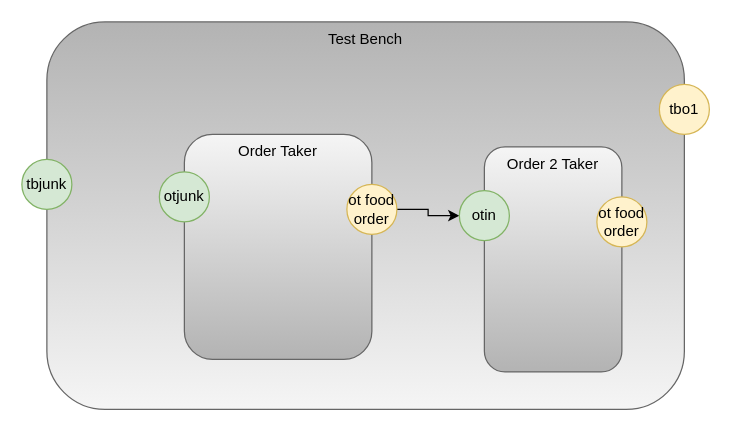
The draw.io diagram case1.drawio in guitarvydas/das2json, before the edit. Source tidied: cells renumbered, new cells numbered last; positions are measured from the earlier drawing's top-left corner, leaving out a move shared by most shapes. Both pictures are drawn from the tidied source at 125%, with x=0, y=0 at pixel (21, 21).
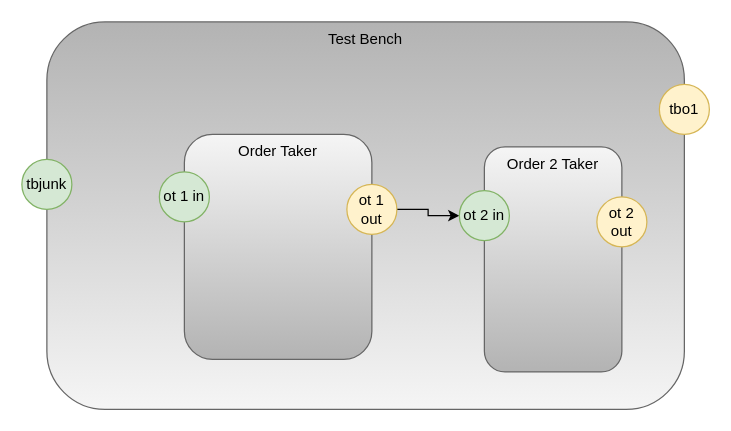
Above is the later version.

Change to the diagram source:
```diff
@@
 <mxGraphModel>
   <root>
     <mxCell id="0" />
     <mxCell id="1" parent="0" />
     <mxCell id="2" value="Test Bench" style="rounded=1;whiteSpace=wrap;html=1;horizontal=1;verticalAlign=top;gradientColor=#b3b3b3;fillColor=#f5f5f5;strokeColor=#666666;gradientDirection=north;" parent="1" vertex="1">
       <mxGeometry x="20" width="510" height="310" as="geometry" />
     </mxCell>
     <mxCell id="3" value="Order Taker" style="rounded=1;whiteSpace=wrap;html=1;horizontal=1;verticalAlign=top;fillColor=#f5f5f5;strokeColor=#666666;gradientColor=#b3b3b3;" parent="1" vertex="1">
       <mxGeometry x="130" y="90" width="150" height="180" as="geometry" />
     </mxCell>
-    <mxCell id="4" style="edgeStyle=orthogonalEdgeStyle;rounded=0;jettySize=auto;html=1;exitX=1;exitY=0.5;exitDx=0;exitDy=0;entryX=0;entryY=0.5;entryDx=0;entryDy=0;" parent="1" edge="1" source="5" target="11">
+    <mxCell id="4" style="edgeStyle=orthogonalEdgeStyle;rounded=0;jettySize=auto;html=1;exitX=1;exitY=0.5;exitDx=0;exitDy=0;" parent="1" edge="1" source="5" target="11">
       <mxGeometry relative="1" as="geometry" />
     </mxCell>
-    <mxCell id="5" value="ot food order" style="ellipse;whiteSpace=wrap;html=1;fillColor=#fff2cc;strokeColor=#d6b656;" parent="1" vertex="1">
+    <mxCell id="5" value="ot 1 out" style="ellipse;whiteSpace=wrap;html=1;fillColor=#fff2cc;strokeColor=#d6b656;" parent="1" vertex="1">
       <mxGeometry x="260" y="130" width="40" height="40" as="geometry" />
     </mxCell>
     <mxCell id="6" value="tbjunk" style="ellipse;whiteSpace=wrap;html=1;fillColor=#d5e8d4;strokeColor=#82b366;" parent="1" vertex="1">
       <mxGeometry y="110" width="40" height="40" as="geometry" />
     </mxCell>
-    <mxCell id="7" value="otjunk" style="ellipse;whiteSpace=wrap;html=1;fillColor=#d5e8d4;strokeColor=#82b366;" parent="1" vertex="1">
+    <mxCell id="7" value="ot 1 in" style="ellipse;whiteSpace=wrap;html=1;fillColor=#d5e8d4;strokeColor=#82b366;" parent="1" vertex="1">
       <mxGeometry x="110" y="120" width="40" height="40" as="geometry" />
     </mxCell>
     <mxCell id="8" value="tbo1" style="ellipse;whiteSpace=wrap;html=1;fillColor=#fff2cc;strokeColor=#d6b656;" parent="1" vertex="1">
       <mxGeometry x="510" y="50" width="40" height="40" as="geometry" />
     </mxCell>
     <mxCell id="9" value="Order 2 Taker" style="rounded=1;whiteSpace=wrap;html=1;horizontal=1;verticalAlign=top;fillColor=#f5f5f5;strokeColor=#666666;gradientColor=#b3b3b3;" parent="1" vertex="1">
       <mxGeometry x="370" y="100" width="110" height="180" as="geometry" />
     </mxCell>
-    <mxCell id="10" value="ot food order" style="ellipse;whiteSpace=wrap;html=1;fillColor=#fff2cc;strokeColor=#d6b656;" parent="1" vertex="1">
+    <mxCell id="10" value="ot 2 out" style="ellipse;whiteSpace=wrap;html=1;fillColor=#fff2cc;strokeColor=#d6b656;" parent="1" vertex="1">
       <mxGeometry x="460" y="140" width="40" height="40" as="geometry" />
     </mxCell>
-    <mxCell id="11" value="otin" style="ellipse;whiteSpace=wrap;html=1;fillColor=#d5e8d4;strokeColor=#82b366;" parent="1" vertex="1">
+    <mxCell id="11" value="ot 2 in" style="ellipse;whiteSpace=wrap;html=1;fillColor=#d5e8d4;strokeColor=#82b366;" parent="1" vertex="1">
       <mxGeometry x="350" y="135" width="40" height="40" as="geometry" />
     </mxCell>
   </root>
 </mxGraphModel>
```
